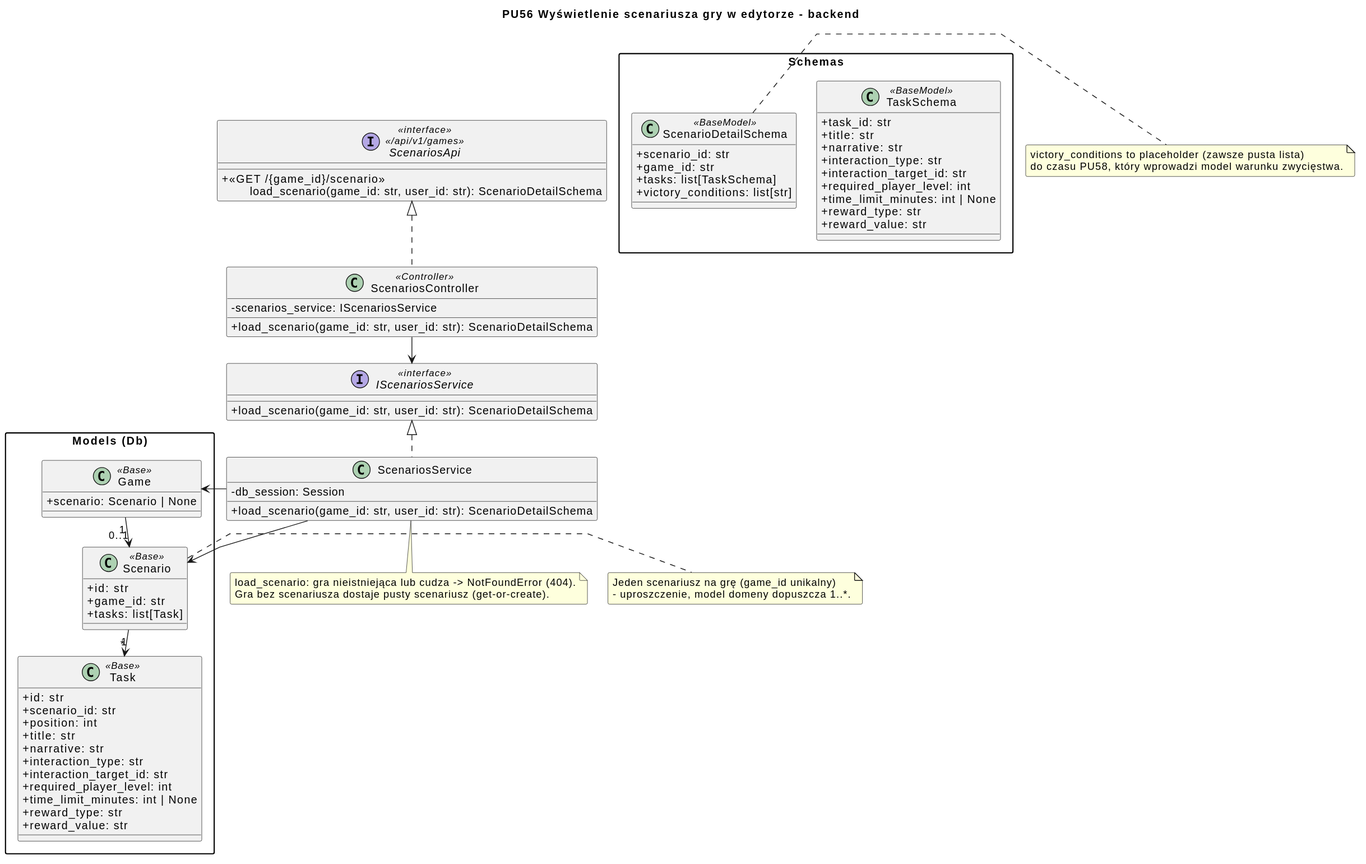
Earlier version of the PlantUML export diagrams/backend/rendered/scenario-editor.svg (Igor-Ochocki/POP-2026Z). Its diagram source:
```plantuml
@startuml
skinparam classAttributeIconSize 0
skinparam packageStyle rectangle
skinparam shadowing false
skinparam roundcorner 4
skinparam nodesep 26
skinparam ranksep 34
skinparam linetype polyline

title PU56 Wyświetlenie scenariusza gry w edytorze - backend

interface ScenariosApi <<interface>>\n<< /api/v1/games >> {
    + <<GET /{game_id}/scenario >>\n\tload_scenario(game_id: str, user_id: str): ScenarioDetailSchema
}

class ScenariosController <<Controller>> {
    - scenarios_service: IScenariosService
    + load_scenario(game_id: str, user_id: str): ScenarioDetailSchema
}

interface IScenariosService <<interface>> {
    + load_scenario(game_id: str, user_id: str): ScenarioDetailSchema
}

class ScenariosService {
    - db_session: Session
    + load_scenario(game_id: str, user_id: str): ScenarioDetailSchema
}

package "Schemas" {
    class ScenarioDetailSchema <<BaseModel>> {
        + scenario_id: str
        + game_id: str
        + tasks: list[TaskSchema]
        + victory_conditions: list[str]
    }

    class TaskSchema <<BaseModel>> {
        + task_id: str
        + title: str
        + narrative: str
        + interaction_type: str
        + interaction_target_id: str
        + required_player_level: int
        + time_limit_minutes: int | None
        + reward_type: str
        + reward_value: str
    }
}

package "Models (Db)" as models {
    class Game <<Base>> {
        + scenario: Scenario | None
    }

    class Scenario <<Base>> {
        + id: str
        + game_id: str
        + tasks: list[Task]
    }

    class Task <<Base>> {
        + id: str
        + scenario_id: str
        + position: int
        + title: str
        + narrative: str
        + interaction_type: str
        + interaction_target_id: str
        + required_player_level: int
        + time_limit_minutes: int | None
        + reward_type: str
        + reward_value: str
    }
}

ScenariosService .up.|> IScenariosService
ScenariosController .up.|> ScenariosApi

ScenariosController --> IScenariosService
ScenariosService -right-> Game
ScenariosService -right-> Scenario

Game "1" --> "0..1" Scenario
Scenario "1" --> "*" Task

note bottom of ScenariosService
    load_scenario: gra nieistniejąca lub cudza -> NotFoundError (404).
    Gra bez scenariusza dostaje pusty scenariusz (get-or-create).
end note

note right of Scenario
    Jeden scenariusz na grę (game_id unikalny)
    - uproszczenie, model domeny dopuszcza 1..*.
end note

note right of ScenarioDetailSchema
    victory_conditions to placeholder (zawsze pusta lista)
    do czasu PU58, który wprowadzi model warunku zwycięstwa.
end note
@enduml
```
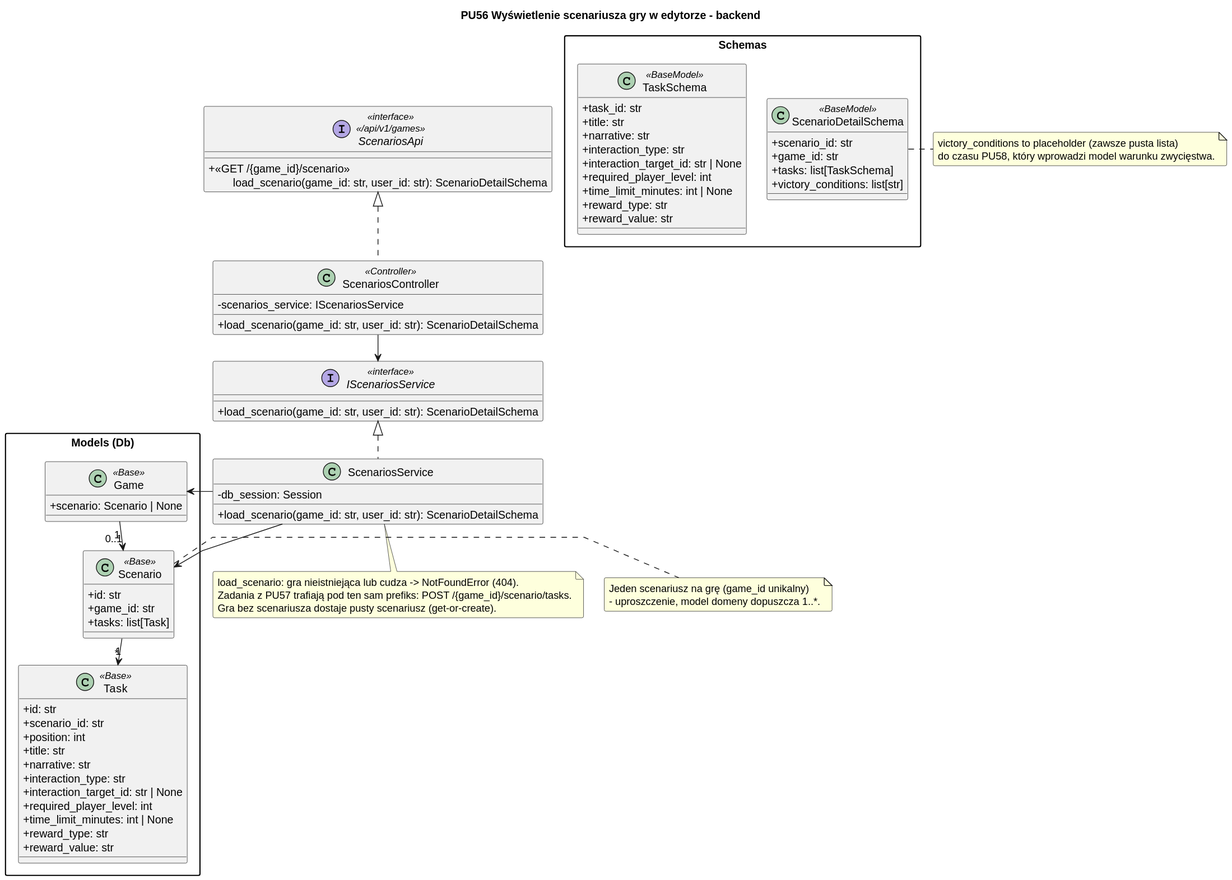
Later version of the same file.

The edit, as a diff of the source:
```diff
@@ -40,7 +40,7 @@
         + title: str
         + narrative: str
         + interaction_type: str
-        + interaction_target_id: str
+        + interaction_target_id: str | None
         + required_player_level: int
         + time_limit_minutes: int | None
         + reward_type: str
@@ -66,7 +66,7 @@
         + title: str
         + narrative: str
         + interaction_type: str
-        + interaction_target_id: str
+        + interaction_target_id: str | None
         + required_player_level: int
         + time_limit_minutes: int | None
         + reward_type: str
@@ -86,6 +86,7 @@
 
 note bottom of ScenariosService
     load_scenario: gra nieistniejąca lub cudza -> NotFoundError (404).
+    Zadania z PU57 trafiają pod ten sam prefiks: POST /{game_id}/scenario/tasks.
     Gra bez scenariusza dostaje pusty scenariusz (get-or-create).
 end note
 
```
